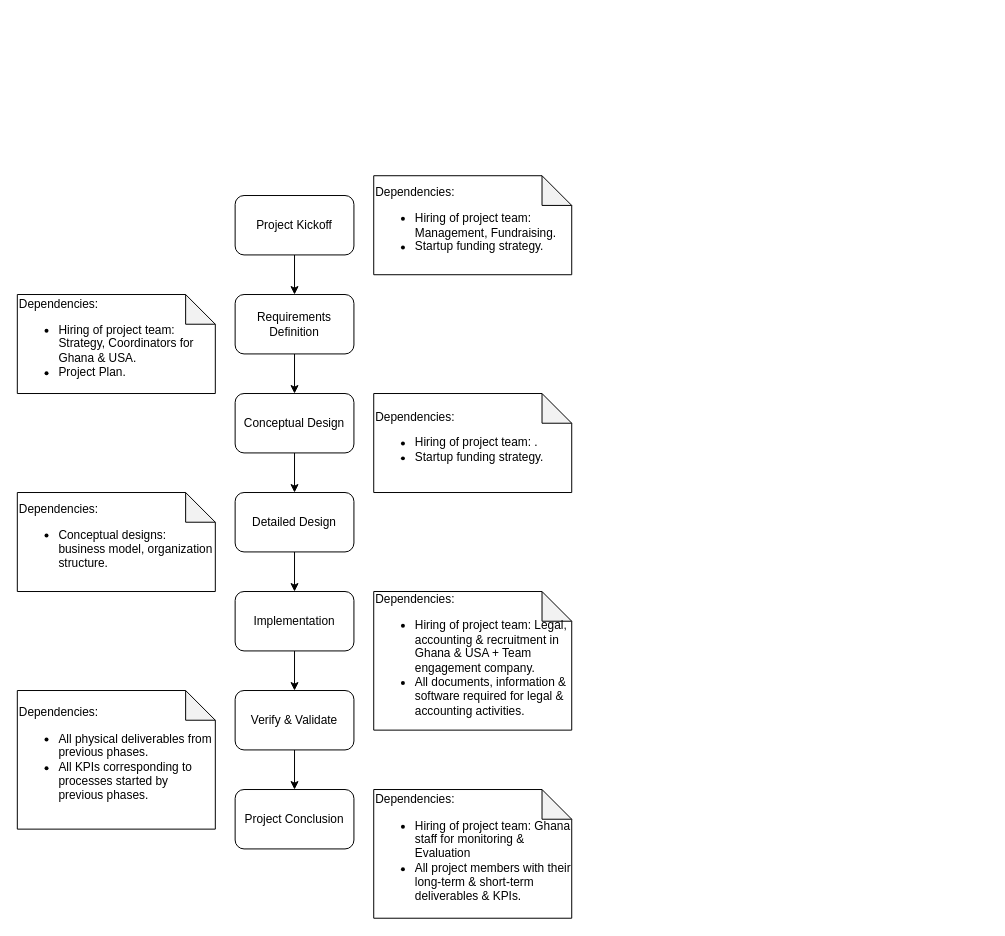
This is SDM/sdm-okoa-os16-q1.5-project-concept-by-hand.drawio from akshitsingla/drawio-diagrams, a draw.io file, before an edit. Source tidied: cells renumbered, new cells numbered last; positions are measured from the earlier drawing's top-left corner, leaving out a move shared by most shapes. Both pictures are drawn from the tidied source at 99%, with x=0, y=0 at pixel (17, 175).
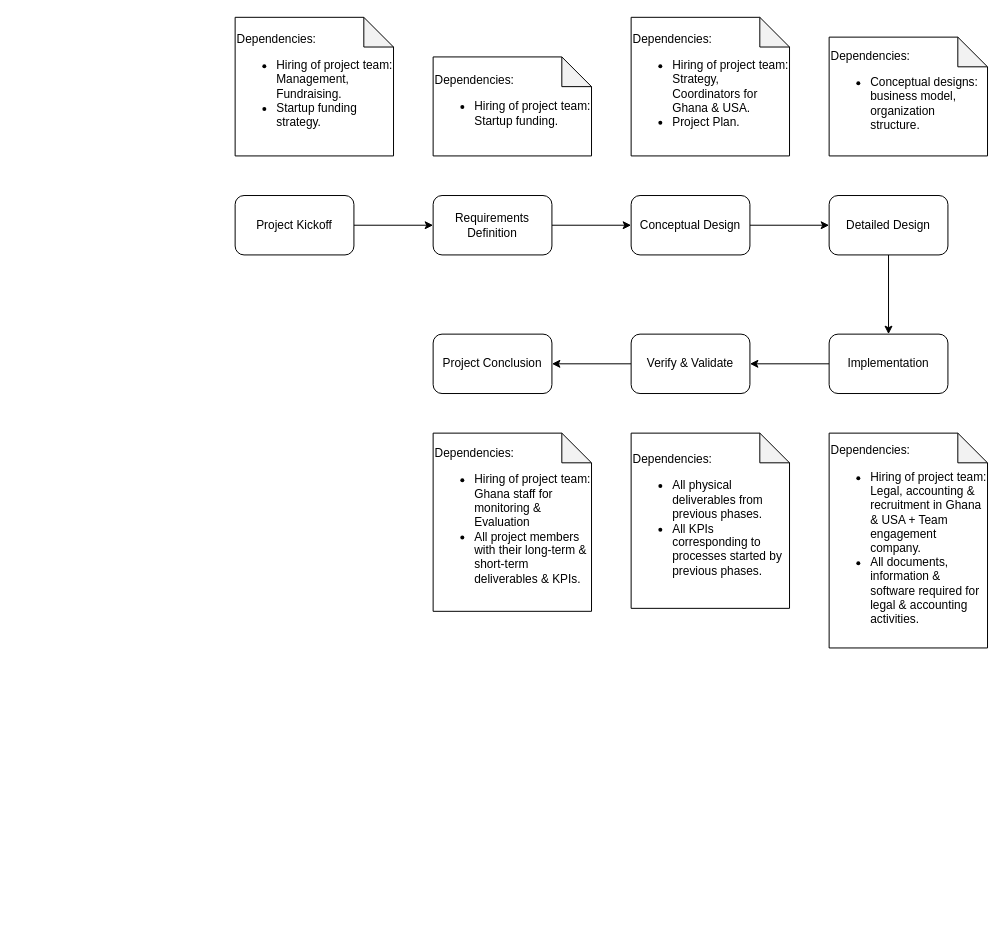
After the change.

Commit message:
making it horizontal

Unchanged cells that the change refers to:
```xml
<mxCell id="3" value="Project Kickoff" style="rounded=1;whiteSpace=wrap;html=1;" parent="1" vertex="1">
  <mxGeometry x="220" y="20" width="120" height="60" as="geometry" />
</mxCell>
```

The edit, as a diff of the source:
```diff
@@
-    <mxCell id="2" style="edgeStyle=orthogonalEdgeStyle;rounded=0;jettySize=auto;html=1;entryX=0.5;entryY=0;entryDx=0;entryDy=0;" parent="1" edge="1" source="3" target="5">
+    <mxCell id="2" style="edgeStyle=orthogonalEdgeStyle;rounded=0;jettySize=auto;html=1;entryX=0;entryY=0.5;entryDx=0;entryDy=0;" parent="1" edge="1" source="3" target="5">
       <mxGeometry relative="1" as="geometry" />
     </mxCell>
@@
     <mxCell id="5" value="Requirements Definition" style="rounded=1;whiteSpace=wrap;html=1;" parent="1" vertex="1">
-      <mxGeometry x="220" y="120" width="120" height="60" as="geometry" />
+      <mxGeometry x="420" y="20" width="120" height="60" as="geometry" />
     </mxCell>
-    <mxCell id="6" style="edgeStyle=orthogonalEdgeStyle;rounded=0;jettySize=auto;html=1;entryX=0.5;entryY=0;entryDx=0;entryDy=0;" parent="1" edge="1" source="7" target="9">
+    <mxCell id="6" style="edgeStyle=orthogonalEdgeStyle;rounded=0;jettySize=auto;html=1;entryX=0;entryY=0.5;entryDx=0;entryDy=0;" parent="1" edge="1" source="7" target="9">
       <mxGeometry relative="1" as="geometry" />
     </mxCell>
     <mxCell id="7" value="Conceptual Design" style="rounded=1;whiteSpace=wrap;html=1;" parent="1" vertex="1">
-      <mxGeometry x="220" y="220" width="120" height="60" as="geometry" />
+      <mxGeometry x="620" y="20" width="120" height="60" as="geometry" />
     </mxCell>
@@
     <mxCell id="9" value="Detailed Design" style="rounded=1;whiteSpace=wrap;html=1;" parent="1" vertex="1">
-      <mxGeometry x="220" y="320" width="120" height="60" as="geometry" />
+      <mxGeometry x="820" y="20" width="120" height="60" as="geometry" />
     </mxCell>
-    <mxCell id="10" style="edgeStyle=orthogonalEdgeStyle;rounded=0;jettySize=auto;html=1;entryX=0.5;entryY=0;entryDx=0;entryDy=0;" parent="1" edge="1" source="11" target="13">
+    <mxCell id="10" style="edgeStyle=orthogonalEdgeStyle;rounded=0;jettySize=auto;html=1;entryX=1;entryY=0.5;entryDx=0;entryDy=0;" parent="1" edge="1" source="11" target="13">
       <mxGeometry relative="1" as="geometry" />
     </mxCell>
     <mxCell id="11" value="Implementation" style="rounded=1;whiteSpace=wrap;html=1;" parent="1" vertex="1">
-      <mxGeometry x="220" y="420" width="120" height="60" as="geometry" />
+      <mxGeometry x="820" y="160" width="120" height="60" as="geometry" />
     </mxCell>
-    <mxCell id="12" style="edgeStyle=orthogonalEdgeStyle;rounded=0;jettySize=auto;html=1;entryX=0.5;entryY=0;entryDx=0;entryDy=0;" parent="1" edge="1" source="13" target="14">
+    <mxCell id="12" style="edgeStyle=orthogonalEdgeStyle;rounded=0;jettySize=auto;html=1;entryX=1;entryY=0.5;entryDx=0;entryDy=0;" parent="1" edge="1" source="13" target="14">
       <mxGeometry relative="1" as="geometry" />
     </mxCell>
     <mxCell id="13" value="Verify &amp;amp; Validate" style="rounded=1;whiteSpace=wrap;html=1;" parent="1" vertex="1">
-      <mxGeometry x="220" y="520" width="120" height="60" as="geometry" />
+      <mxGeometry x="620" y="160" width="120" height="60" as="geometry" />
     </mxCell>
     <mxCell id="14" value="Project Conclusion" style="rounded=1;whiteSpace=wrap;html=1;" parent="1" vertex="1">
-      <mxGeometry x="220" y="620" width="120" height="60" as="geometry" />
+      <mxGeometry x="420" y="160" width="120" height="60" as="geometry" />
     </mxCell>
     <mxCell id="15" value="Dependencies:&lt;br&gt;&lt;ul&gt;&lt;li&gt;Hiring of project team: Management, Fundraising.&lt;/li&gt;&lt;li&gt;Startup funding strategy.&lt;/li&gt;&lt;/ul&gt;" style="shape=note;whiteSpace=wrap;html=1;backgroundOutline=1;darkOpacity=0.05;align=left;" parent="1" vertex="1">
-      <mxGeometry x="360" width="200" height="100" as="geometry" />
+      <mxGeometry x="220" y="-160" width="160" height="140" as="geometry" />
     </mxCell>
     <mxCell id="16" value="Dependencies:&lt;br&gt;&lt;ul&gt;&lt;li&gt;Hiring of project team: Strategy, Coordinators for Ghana &amp;amp; USA.&lt;/li&gt;&lt;li&gt;Project Plan.&lt;/li&gt;&lt;/ul&gt;" style="shape=note;whiteSpace=wrap;html=1;backgroundOutline=1;darkOpacity=0.05;align=left;" parent="1" vertex="1">
-      <mxGeometry y="120" width="200" height="100" as="geometry" />
+      <mxGeometry x="620" y="-160" width="160" height="140" as="geometry" />
     </mxCell>
-    <mxCell id="17" value="Dependencies:&lt;br&gt;&lt;ul&gt;&lt;li&gt;Hiring of project team: .&lt;/li&gt;&lt;li&gt;Startup funding strategy.&lt;/li&gt;&lt;/ul&gt;" style="shape=note;whiteSpace=wrap;html=1;backgroundOutline=1;darkOpacity=0.05;align=left;" parent="1" vertex="1">
-      <mxGeometry x="360" y="220" width="200" height="100" as="geometry" />
+    <mxCell id="17" value="Dependencies:&lt;br&gt;&lt;ul&gt;&lt;li&gt;Hiring of project team: Startup funding.&lt;/li&gt;&lt;/ul&gt;" style="shape=note;whiteSpace=wrap;html=1;backgroundOutline=1;darkOpacity=0.05;align=left;" parent="1" vertex="1">
+      <mxGeometry x="420" y="-120" width="160" height="100" as="geometry" />
     </mxCell>
     <mxCell id="18" value="Dependencies:&lt;br&gt;&lt;ul&gt;&lt;li&gt;&lt;span&gt;Conceptual designs: business model, organization structure.&lt;/span&gt;&lt;br&gt;&lt;/li&gt;&lt;/ul&gt;" style="shape=note;whiteSpace=wrap;html=1;backgroundOutline=1;darkOpacity=0.05;align=left;" parent="1" vertex="1">
-      <mxGeometry y="320" width="200" height="100" as="geometry" />
+      <mxGeometry x="820" y="-140" width="160" height="120" as="geometry" />
     </mxCell>
     <mxCell id="19" value="Dependencies:&lt;br&gt;&lt;ul&gt;&lt;li&gt;Hiring of project team: Legal, accounting &amp;amp; recruitment in Ghana &amp;amp; USA + Team engagement company.&lt;/li&gt;&lt;li&gt;All documents, information &amp;amp; software required for legal &amp;amp; accounting activities.&lt;/li&gt;&lt;/ul&gt;" style="shape=note;whiteSpace=wrap;html=1;backgroundOutline=1;darkOpacity=0.05;align=left;" parent="1" vertex="1">
-      <mxGeometry x="360" y="420" width="200" height="140" as="geometry" />
+      <mxGeometry x="820" y="260" width="160" height="217" as="geometry" />
     </mxCell>
     <mxCell id="20" value="Dependencies:&lt;br&gt;&lt;ul&gt;&lt;li&gt;&lt;span&gt;All physical deliverables from previous phases.&lt;/span&gt;&lt;br&gt;&lt;/li&gt;&lt;li&gt;All KPIs corresponding to processes started by previous phases.&lt;/li&gt;&lt;/ul&gt;" style="shape=note;whiteSpace=wrap;html=1;backgroundOutline=1;darkOpacity=0.05;align=left;" parent="1" vertex="1">
-      <mxGeometry y="520" width="200" height="140" as="geometry" />
+      <mxGeometry x="620" y="260" width="160" height="177" as="geometry" />
     </mxCell>
     <mxCell id="21" value="Dependencies:&lt;br&gt;&lt;ul&gt;&lt;li&gt;Hiring of project team: Ghana staff for monitoring &amp;amp; Evaluation&lt;/li&gt;&lt;li&gt;All project members with their long-term &amp;amp; short-term deliverables &amp;amp; KPIs.&lt;/li&gt;&lt;/ul&gt;" style="shape=note;whiteSpace=wrap;html=1;backgroundOutline=1;darkOpacity=0.05;align=left;" parent="1" vertex="1">
-      <mxGeometry x="360" y="620" width="200" height="130" as="geometry" />
+      <mxGeometry x="420" y="260" width="160" height="180" as="geometry" />
     </mxCell>
```
